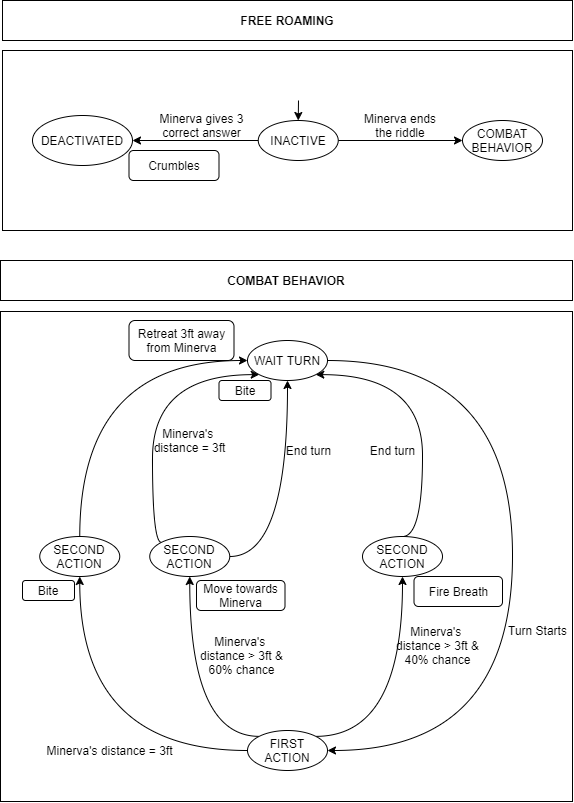
Ode97/Progetto-GDP-2020-2021 keeps this draw.io diagram as Images/LDD/Raw/IMG_BHV_statueC_behaviour.png. Above is the earlier version. Source tidied: cells renumbered, new cells last; positions are measured from the earlier drawing's top-left corner, leaving out a move shared by most shapes.
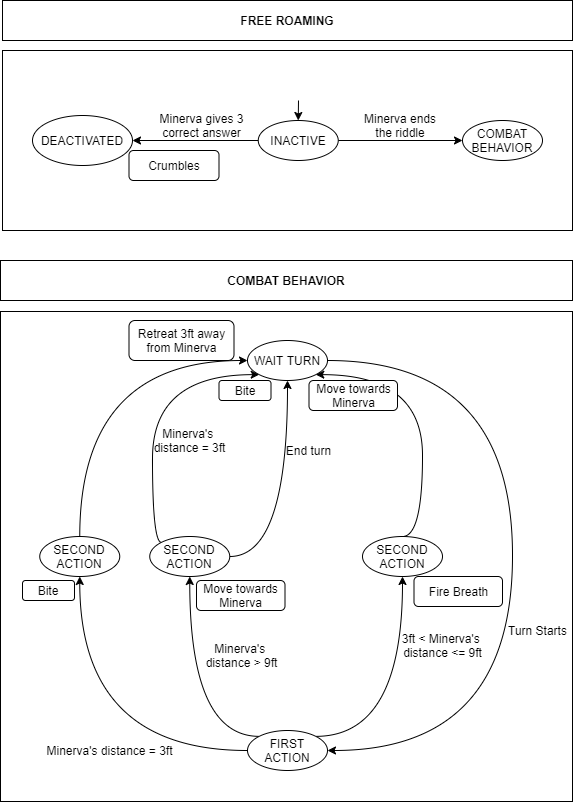
The same file after the commit.

The edit, as a diff of the source:
```diff
@@ -115,17 +115,14 @@
     <mxCell id="33" value="SECOND ACTION" style="ellipse;whiteSpace=wrap;html=1;" parent="1" vertex="1">
       <mxGeometry x="362" y="536" width="80" height="40" as="geometry" />
     </mxCell>
-    <mxCell id="34" value="Minerva's &lt;br&gt;distance &amp;gt; 3ft &amp;amp;&lt;br&gt;60% chance" style="text;html=1;align=center;verticalAlign=middle;" parent="1" vertex="1">
-      <mxGeometry x="191" y="630" width="100" height="50" as="geometry" />
+    <mxCell id="34" value="Minerva's &lt;br&gt;distance &amp;gt; 9ft" style="text;html=1;align=center;verticalAlign=middle;" parent="1" vertex="1">
+      <mxGeometry x="196" y="640" width="90" height="30" as="geometry" />
     </mxCell>
     <mxCell id="35" value="Move towards Minerva" style="rounded=1;whiteSpace=wrap;html=1;" parent="1" vertex="1">
       <mxGeometry x="196" y="580" width="88.5" height="30" as="geometry" />
     </mxCell>
-    <mxCell id="36" value="End turn" style="text;html=1;align=center;verticalAlign=middle;" parent="1" vertex="1">
-      <mxGeometry x="362" y="440" width="60" height="20" as="geometry" />
-    </mxCell>
-    <mxCell id="37" value="Minerva's &lt;br&gt;distance &amp;gt; 3ft &amp;amp;&lt;br&gt;40% chance" style="text;html=1;align=center;verticalAlign=middle;" parent="1" vertex="1">
-      <mxGeometry x="387" y="620" width="100" height="50" as="geometry" />
+    <mxCell id="37" value="3ft &amp;lt; Minerva's &lt;br&gt;distance &amp;lt;= 9ft" style="text;html=1;align=center;verticalAlign=middle;" parent="1" vertex="1">
+      <mxGeometry x="397" y="630" width="90" height="30" as="geometry" />
     </mxCell>
     <mxCell id="38" value="Retreat 3ft away from Minerva" style="rounded=1;whiteSpace=wrap;html=1;" parent="1" vertex="1">
       <mxGeometry x="128.5" y="320" width="105" height="40" as="geometry" />
@@ -133,5 +130,8 @@
     <mxCell id="39" value="End turn" style="text;html=1;align=center;verticalAlign=middle;" parent="1" vertex="1">
       <mxGeometry x="277.8" y="440" width="60" height="20" as="geometry" />
     </mxCell>
+    <mxCell id="40" value="Move towards Minerva" style="rounded=1;whiteSpace=wrap;html=1;" parent="1" vertex="1">
+      <mxGeometry x="308.5" y="380" width="88.5" height="30" as="geometry" />
+    </mxCell>
   </root>
 </mxGraphModel>
```
